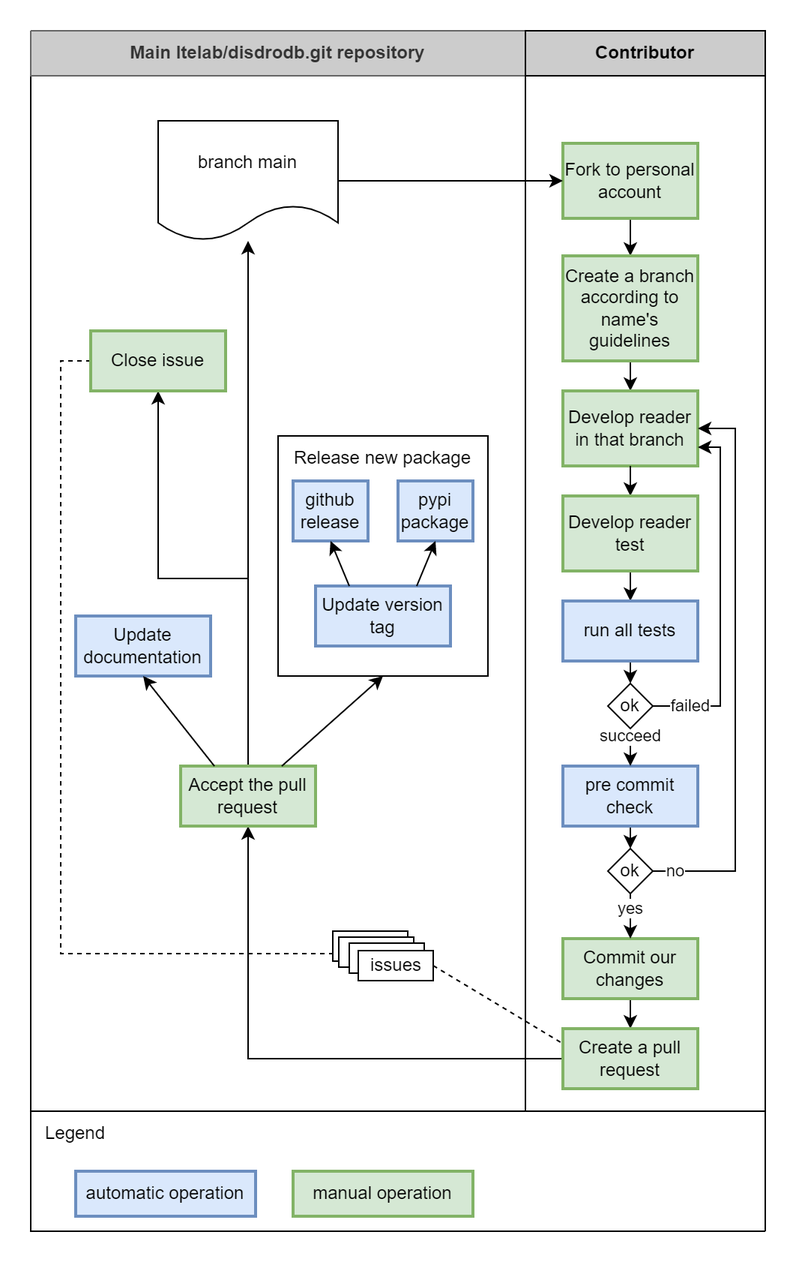
Above: docs/source/static/collaborative_process.png in ltelab/disdrodb (draw.io), before the change. Source tidied: cells renumbered, new cells last; positions are measured from the earlier drawing's top-left corner, leaving out a move shared by most shapes. Its diagram source:
```xml
<mxGraphModel>
  <root>
    <mxCell id="0" />
    <mxCell id="1" parent="0" />
    <mxCell id="2" style="rounded=0;whiteSpace=wrap;html=1;" parent="1" vertex="1">
      <mxGeometry x="20" y="740" width="490" height="80" as="geometry" />
    </mxCell>
    <mxCell id="3" style="rounded=0;whiteSpace=wrap;html=1;" parent="1" vertex="1">
      <mxGeometry x="350" y="50" width="160" height="690" as="geometry" />
    </mxCell>
    <mxCell id="4" style="rounded=0;whiteSpace=wrap;html=1;" parent="1" vertex="1">
      <mxGeometry x="20" y="50" width="330" height="690" as="geometry" />
    </mxCell>
    <mxCell id="5" style="rounded=0;whiteSpace=wrap;html=1;" parent="1" vertex="1">
      <mxGeometry x="185" y="290" width="140" height="160" as="geometry" />
    </mxCell>
    <mxCell id="6" style="edgeStyle=orthogonalEdgeStyle;rounded=0;jettySize=auto;html=1;exitX=0.5;exitY=1;exitDx=0;exitDy=0;entryX=0.5;entryY=0;entryDx=0;entryDy=0;" parent="1" edge="1" source="7" target="13">
      <mxGeometry relative="1" as="geometry" />
    </mxCell>
    <mxCell id="7" value="Fork to personal account" style="rounded=0;whiteSpace=wrap;html=1;absoluteArcSize=1;arcSize=14;strokeWidth=2;fillColor=#d5e8d4;strokeColor=#82b366;" parent="1" vertex="1">
      <mxGeometry x="375" y="95" width="90" height="50" as="geometry" />
    </mxCell>
    <mxCell id="8" value="branch main" style="shape=document;whiteSpace=wrap;html=1;boundedLbl=1;rounded=0;" parent="1" vertex="1">
      <mxGeometry x="105" y="80" width="120" height="80" as="geometry" />
    </mxCell>
    <mxCell id="9" value="&lt;b&gt;Main ltelab/disdrodb.git repository&lt;/b&gt;" style="rounded=0;whiteSpace=wrap;html=1;fillColor=#CCCCCC;fontColor=#333333;strokeColor=#666666;" parent="1" vertex="1">
      <mxGeometry x="20" y="20" width="330" height="30" as="geometry" />
    </mxCell>
    <mxCell id="10" value="&lt;b&gt;Contributor&lt;/b&gt;" style="rounded=0;whiteSpace=wrap;html=1;fillColor=#CCCCCC;" parent="1" vertex="1">
      <mxGeometry x="350" y="20" width="160" height="30" as="geometry" />
    </mxCell>
    <mxCell id="11" style="endArrow=classic;html=1;rounded=0;exitX=1;exitY=0.5;exitDx=0;exitDy=0;entryX=0;entryY=0.5;entryDx=0;entryDy=0;" parent="1" edge="1" source="8" target="7">
      <mxGeometry relative="1" as="geometry" />
    </mxCell>
    <mxCell id="12" style="edgeStyle=orthogonalEdgeStyle;rounded=0;jettySize=auto;html=1;exitX=0.5;exitY=1;exitDx=0;exitDy=0;" parent="1" edge="1" source="13" target="14">
      <mxGeometry relative="1" as="geometry" />
    </mxCell>
    <mxCell id="13" value="Create a branch according to name's guidelines" style="rounded=0;whiteSpace=wrap;html=1;absoluteArcSize=1;arcSize=14;strokeWidth=2;fillColor=#d5e8d4;strokeColor=#82b366;" parent="1" vertex="1">
      <mxGeometry x="375" y="170" width="90" height="70" as="geometry" />
    </mxCell>
    <mxCell id="14" value="Develop reader in that branch" style="rounded=0;whiteSpace=wrap;html=1;absoluteArcSize=1;arcSize=14;strokeWidth=2;fillColor=#d5e8d4;strokeColor=#82b366;" parent="1" vertex="1">
      <mxGeometry x="375" y="260" width="90" height="50" as="geometry" />
    </mxCell>
    <mxCell id="15" style="edgeStyle=orthogonalEdgeStyle;rounded=0;jettySize=auto;html=1;exitX=0.5;exitY=1;exitDx=0;exitDy=0;" parent="1" edge="1" source="16" target="18">
      <mxGeometry relative="1" as="geometry" />
    </mxCell>
    <mxCell id="16" value="Commit our changes" style="rounded=0;whiteSpace=wrap;html=1;absoluteArcSize=1;arcSize=14;strokeWidth=2;fillColor=#d5e8d4;strokeColor=#82b366;" parent="1" vertex="1">
      <mxGeometry x="375" y="625" width="90" height="40" as="geometry" />
    </mxCell>
    <mxCell id="17" style="edgeStyle=orthogonalEdgeStyle;rounded=0;jettySize=auto;html=1;exitX=0;exitY=0.5;exitDx=0;exitDy=0;" parent="1" edge="1" source="18" target="21">
      <mxGeometry relative="1" as="geometry" />
    </mxCell>
    <mxCell id="18" value="Create a pull request" style="rounded=0;whiteSpace=wrap;html=1;absoluteArcSize=1;arcSize=14;strokeWidth=2;fillColor=#d5e8d4;strokeColor=#82b366;" parent="1" vertex="1">
      <mxGeometry x="375" y="685" width="90" height="40" as="geometry" />
    </mxCell>
    <mxCell id="19" style="edgeStyle=orthogonalEdgeStyle;rounded=0;jettySize=auto;html=1;exitX=0.5;exitY=0;exitDx=0;exitDy=0;" parent="1" edge="1" source="21" target="8">
      <mxGeometry relative="1" as="geometry" />
    </mxCell>
    <mxCell id="20" style="edgeStyle=orthogonalEdgeStyle;rounded=0;jettySize=auto;html=1;exitX=0.5;exitY=0;exitDx=0;exitDy=0;" parent="1" edge="1" source="21" target="46">
      <mxGeometry relative="1" as="geometry" />
    </mxCell>
    <mxCell id="21" value="Accept the pull request" style="rounded=0;whiteSpace=wrap;html=1;absoluteArcSize=1;arcSize=14;strokeWidth=2;fillColor=#d5e8d4;strokeColor=#82b366;" parent="1" vertex="1">
      <mxGeometry x="120" y="510" width="90" height="40" as="geometry" />
    </mxCell>
    <mxCell id="22" value="github release" style="rounded=0;whiteSpace=wrap;html=1;absoluteArcSize=1;arcSize=14;strokeWidth=2;fillColor=#dae8fc;strokeColor=#6c8ebf;" parent="1" vertex="1">
      <mxGeometry x="195" y="320" width="50" height="40" as="geometry" />
    </mxCell>
    <mxCell id="23" value="Update documentation" style="rounded=0;whiteSpace=wrap;html=1;absoluteArcSize=1;arcSize=14;strokeWidth=2;fillColor=#dae8fc;strokeColor=#6c8ebf;" parent="1" vertex="1">
      <mxGeometry x="50" y="410" width="90" height="40" as="geometry" />
    </mxCell>
    <mxCell id="24" style="edgeStyle=orthogonalEdgeStyle;rounded=0;jettySize=auto;html=1;exitX=0.5;exitY=1;exitDx=0;exitDy=0;entryX=0.5;entryY=0;entryDx=0;entryDy=0;" parent="1" edge="1" source="25" target="28">
      <mxGeometry relative="1" as="geometry" />
    </mxCell>
    <mxCell id="25" value="pre commit check" style="rounded=0;whiteSpace=wrap;html=1;absoluteArcSize=1;arcSize=14;strokeWidth=2;fillColor=#dae8fc;strokeColor=#6c8ebf;" parent="1" vertex="1">
      <mxGeometry x="375" y="510" width="90" height="40" as="geometry" />
    </mxCell>
    <mxCell id="26" style="endArrow=classic;html=1;rounded=0;exitX=0.5;exitY=1;exitDx=0;exitDy=0;" parent="1" edge="1" source="14" target="50">
      <mxGeometry relative="1" as="geometry" />
    </mxCell>
    <mxCell id="27" value="no" style="edgeStyle=orthogonalEdgeStyle;rounded=0;jettySize=auto;html=1;exitX=1;exitY=0.5;exitDx=0;exitDy=0;entryX=1;entryY=0.5;entryDx=0;entryDy=0;" parent="1" edge="1" source="28" target="14">
      <mxGeometry x="-0.92" relative="1" as="geometry">
        <Array as="points">
          <mxPoint x="490" y="580" />
          <mxPoint x="490" y="285" />
        </Array>
      </mxGeometry>
    </mxCell>
    <mxCell id="28" value="ok" style="rhombus;whiteSpace=wrap;html=1;rounded=0;" parent="1" vertex="1">
      <mxGeometry x="405" y="565" width="30" height="30" as="geometry" />
    </mxCell>
    <mxCell id="29" value="yes" style="endArrow=classic;html=1;rounded=0;exitX=0.5;exitY=1;exitDx=0;exitDy=0;entryX=0.5;entryY=0;entryDx=0;entryDy=0;" parent="1" edge="1" source="28" target="16">
      <mxGeometry x="-0.33" relative="1" as="geometry" />
    </mxCell>
    <mxCell id="30" value="Update version tag" style="rounded=0;whiteSpace=wrap;html=1;absoluteArcSize=1;arcSize=14;strokeWidth=2;fillColor=#dae8fc;strokeColor=#6c8ebf;" parent="1" vertex="1">
      <mxGeometry x="210" y="390" width="90" height="40" as="geometry" />
    </mxCell>
    <mxCell id="31" value="Release new package" style="text;html=1;strokeColor=none;fillColor=none;align=center;verticalAlign=middle;whiteSpace=wrap;rounded=0;" parent="1" vertex="1">
      <mxGeometry x="180" y="290" width="150" height="30" as="geometry" />
    </mxCell>
    <mxCell id="32" value="pypi package" style="rounded=0;whiteSpace=wrap;html=1;absoluteArcSize=1;arcSize=14;strokeWidth=2;fillColor=#dae8fc;strokeColor=#6c8ebf;" parent="1" vertex="1">
      <mxGeometry x="265" y="320" width="50" height="40" as="geometry" />
    </mxCell>
    <mxCell id="33" style="endArrow=classic;html=1;rounded=0;entryX=0.5;entryY=1;entryDx=0;entryDy=0;exitX=0.25;exitY=0;exitDx=0;exitDy=0;" parent="1" edge="1" source="30" target="22">
      <mxGeometry relative="1" as="geometry" />
    </mxCell>
    <mxCell id="34" style="endArrow=classic;html=1;rounded=0;exitX=0.75;exitY=0;exitDx=0;exitDy=0;entryX=0.5;entryY=1;entryDx=0;entryDy=0;" parent="1" edge="1" source="30" target="32">
      <mxGeometry relative="1" as="geometry" />
    </mxCell>
    <mxCell id="35" style="endArrow=classic;html=1;rounded=0;entryX=0.5;entryY=1;entryDx=0;entryDy=0;exitX=0.75;exitY=0;exitDx=0;exitDy=0;" parent="1" edge="1" source="21" target="5">
      <mxGeometry relative="1" as="geometry" />
    </mxCell>
    <mxCell id="36" style="endArrow=classic;html=1;rounded=0;entryX=0.5;entryY=1;entryDx=0;entryDy=0;exitX=0.25;exitY=0;exitDx=0;exitDy=0;" parent="1" edge="1" source="21" target="23">
      <mxGeometry relative="1" as="geometry" />
    </mxCell>
    <mxCell id="37" value="Legend" style="text;html=1;strokeColor=none;fillColor=none;align=center;verticalAlign=middle;whiteSpace=wrap;rounded=0;" parent="1" vertex="1">
      <mxGeometry x="20" y="740" width="60" height="30" as="geometry" />
    </mxCell>
    <mxCell id="38" value="automatic operation" style="rounded=0;whiteSpace=wrap;html=1;absoluteArcSize=1;arcSize=14;strokeWidth=2;fillColor=#dae8fc;strokeColor=#6c8ebf;" parent="1" vertex="1">
      <mxGeometry x="50" y="780" width="120" height="30" as="geometry" />
    </mxCell>
    <mxCell id="39" value="manual operation" style="rounded=0;whiteSpace=wrap;html=1;absoluteArcSize=1;arcSize=14;strokeWidth=2;fillColor=#d5e8d4;strokeColor=#82b366;" parent="1" vertex="1">
      <mxGeometry x="195" y="780" width="120" height="30" as="geometry" />
    </mxCell>
    <mxCell id="40" value="issues" style="rounded=0;whiteSpace=wrap;html=1;" parent="1" vertex="1">
      <mxGeometry x="221.5" y="620" width="50" height="20" as="geometry" />
    </mxCell>
    <mxCell id="41" value="issues" style="rounded=0;whiteSpace=wrap;html=1;" parent="1" vertex="1">
      <mxGeometry x="225.5" y="624" width="50" height="20" as="geometry" />
    </mxCell>
    <mxCell id="42" value="issues" style="rounded=0;whiteSpace=wrap;html=1;" parent="1" vertex="1">
      <mxGeometry x="232.5" y="628" width="50" height="20" as="geometry" />
    </mxCell>
    <mxCell id="43" value="issues" style="rounded=0;whiteSpace=wrap;html=1;" parent="1" vertex="1">
      <mxGeometry x="238.5" y="633" width="50" height="20" as="geometry" />
    </mxCell>
    <mxCell id="44" style="endArrow=none;dashed=1;html=1;strokeWidth=1;rounded=0;exitX=1;exitY=0.5;exitDx=0;exitDy=0;entryX=0;entryY=0.25;entryDx=0;entryDy=0;" parent="1" edge="1" source="43" target="18">
      <mxGeometry relative="1" as="geometry" />
    </mxCell>
    <mxCell id="45" style="edgeStyle=orthogonalEdgeStyle;rounded=0;jettySize=auto;html=1;exitX=0;exitY=0.5;exitDx=0;exitDy=0;entryX=0;entryY=0.75;entryDx=0;entryDy=0;dashed=1;endArrow=none;endFill=0;" parent="1" edge="1" source="46" target="40">
      <mxGeometry relative="1" as="geometry" />
    </mxCell>
    <mxCell id="46" value="Close issue" style="rounded=0;whiteSpace=wrap;html=1;absoluteArcSize=1;arcSize=14;strokeWidth=2;fillColor=#d5e8d4;strokeColor=#82b366;" parent="1" vertex="1">
      <mxGeometry x="60" y="220" width="90" height="40" as="geometry" />
    </mxCell>
    <mxCell id="47" style="rounded=0;whiteSpace=wrap;html=1;fillColor=default;strokeColor=none;" parent="1" vertex="1">
      <mxGeometry width="20" height="20" as="geometry" />
    </mxCell>
    <mxCell id="48" style="rounded=0;whiteSpace=wrap;html=1;fillColor=default;strokeColor=none;" parent="1" vertex="1">
      <mxGeometry x="510" y="820" width="20" height="20" as="geometry" />
    </mxCell>
    <mxCell id="49" style="edgeStyle=orthogonalEdgeStyle;rounded=0;jettySize=auto;html=1;exitX=0.5;exitY=1;exitDx=0;exitDy=0;entryX=0.5;entryY=0;entryDx=0;entryDy=0;" parent="1" edge="1" source="50" target="52">
      <mxGeometry relative="1" as="geometry" />
    </mxCell>
    <mxCell id="50" value="Develop reader test" style="rounded=0;whiteSpace=wrap;html=1;absoluteArcSize=1;arcSize=14;strokeWidth=2;fillColor=#d5e8d4;strokeColor=#82b366;" parent="1" vertex="1">
      <mxGeometry x="375" y="330" width="90" height="50" as="geometry" />
    </mxCell>
    <mxCell id="51" style="edgeStyle=orthogonalEdgeStyle;rounded=0;jettySize=auto;html=1;exitX=0.5;exitY=1;exitDx=0;exitDy=0;entryX=0.5;entryY=0;entryDx=0;entryDy=0;" parent="1" edge="1" source="52" target="56">
      <mxGeometry relative="1" as="geometry" />
    </mxCell>
    <mxCell id="52" value="run all tests" style="rounded=0;whiteSpace=wrap;html=1;absoluteArcSize=1;arcSize=14;strokeWidth=2;fillColor=#dae8fc;strokeColor=#6c8ebf;" parent="1" vertex="1">
      <mxGeometry x="375" y="400" width="90" height="40" as="geometry" />
    </mxCell>
    <mxCell id="53" value="succeed" style="edgeStyle=orthogonalEdgeStyle;rounded=0;jettySize=auto;html=1;exitX=0.5;exitY=1;exitDx=0;exitDy=0;entryX=0.5;entryY=0;entryDx=0;entryDy=0;" parent="1" edge="1" source="56" target="25">
      <mxGeometry x="-0.6" relative="1" as="geometry" />
    </mxCell>
    <mxCell id="54" style="edgeStyle=orthogonalEdgeStyle;rounded=0;jettySize=auto;html=1;exitX=1;exitY=0.5;exitDx=0;exitDy=0;entryX=1;entryY=0.75;entryDx=0;entryDy=0;" parent="1" edge="1" source="56" target="14">
      <mxGeometry relative="1" as="geometry">
        <Array as="points">
          <mxPoint x="480" y="470" />
          <mxPoint x="480" y="298" />
        </Array>
      </mxGeometry>
    </mxCell>
    <mxCell id="55" value="failed" style="edgeLabel;html=1;align=center;verticalAlign=middle;" parent="54" vertex="1">
      <mxGeometry x="-0.83" relative="1" as="geometry">
        <mxPoint x="5" as="offset" />
      </mxGeometry>
    </mxCell>
    <mxCell id="56" value="ok" style="rhombus;whiteSpace=wrap;html=1;rounded=0;" parent="1" vertex="1">
      <mxGeometry x="405" y="455" width="30" height="30" as="geometry" />
    </mxCell>
  </root>
</mxGraphModel>
```
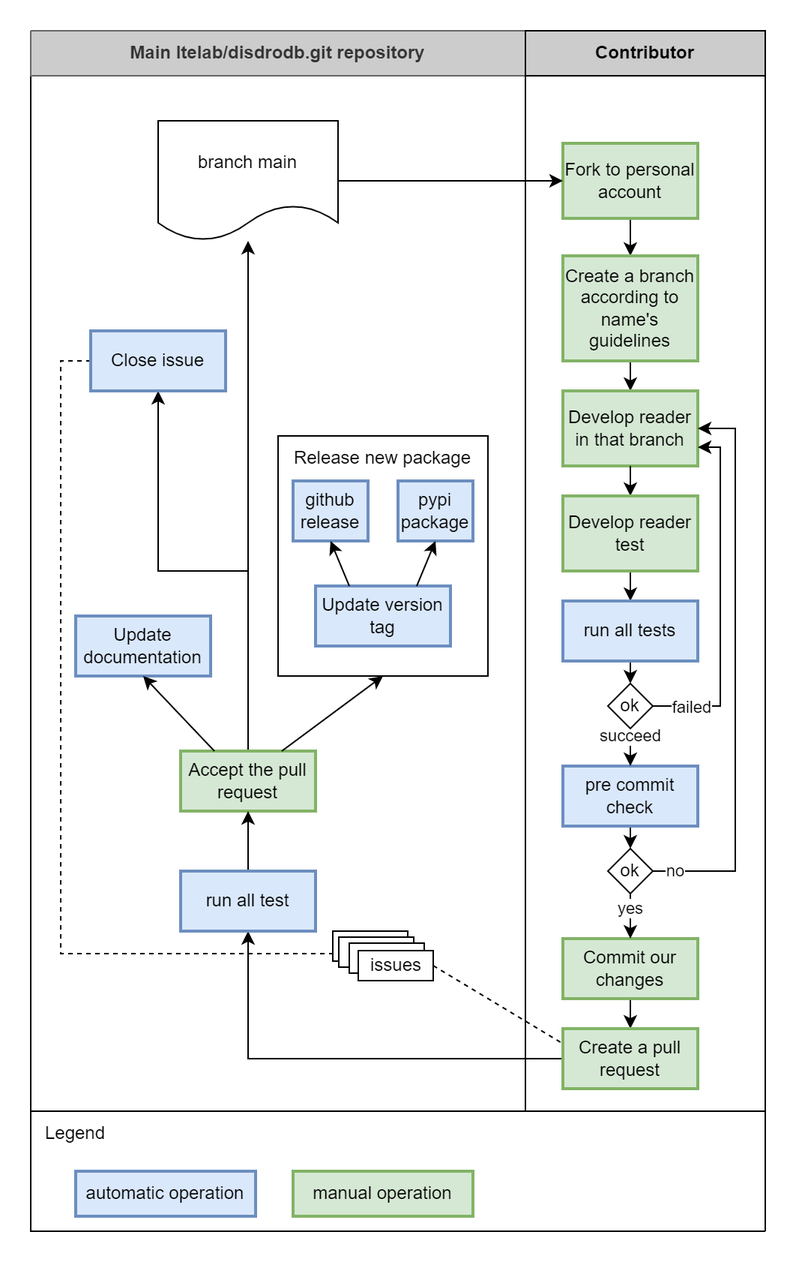
The same diagram one commit later.

Commit message:
feat: change collaborative process image

What changed in the source:
```diff
@@ -47,7 +47,7 @@
     <mxCell id="16" value="Commit our changes" style="rounded=0;whiteSpace=wrap;html=1;absoluteArcSize=1;arcSize=14;strokeWidth=2;fillColor=#d5e8d4;strokeColor=#82b366;" parent="1" vertex="1">
       <mxGeometry x="375" y="625" width="90" height="40" as="geometry" />
     </mxCell>
-    <mxCell id="17" style="edgeStyle=orthogonalEdgeStyle;rounded=0;jettySize=auto;html=1;exitX=0;exitY=0.5;exitDx=0;exitDy=0;" parent="1" edge="1" source="18" target="21">
+    <mxCell id="17" style="edgeStyle=orthogonalEdgeStyle;rounded=0;jettySize=auto;html=1;exitX=0;exitY=0.5;exitDx=0;exitDy=0;entryX=0.5;entryY=1;entryDx=0;entryDy=0;" parent="1" edge="1" source="18" target="58">
       <mxGeometry relative="1" as="geometry" />
     </mxCell>
     <mxCell id="18" value="Create a pull request" style="rounded=0;whiteSpace=wrap;html=1;absoluteArcSize=1;arcSize=14;strokeWidth=2;fillColor=#d5e8d4;strokeColor=#82b366;" parent="1" vertex="1">
@@ -60,7 +60,7 @@
       <mxGeometry relative="1" as="geometry" />
     </mxCell>
     <mxCell id="21" value="Accept the pull request" style="rounded=0;whiteSpace=wrap;html=1;absoluteArcSize=1;arcSize=14;strokeWidth=2;fillColor=#d5e8d4;strokeColor=#82b366;" parent="1" vertex="1">
-      <mxGeometry x="120" y="510" width="90" height="40" as="geometry" />
+      <mxGeometry x="120" y="500" width="90" height="40" as="geometry" />
     </mxCell>
     <mxCell id="22" value="github release" style="rounded=0;whiteSpace=wrap;html=1;absoluteArcSize=1;arcSize=14;strokeWidth=2;fillColor=#dae8fc;strokeColor=#6c8ebf;" parent="1" vertex="1">
       <mxGeometry x="195" y="320" width="50" height="40" as="geometry" />
@@ -139,7 +139,7 @@
     <mxCell id="45" style="edgeStyle=orthogonalEdgeStyle;rounded=0;jettySize=auto;html=1;exitX=0;exitY=0.5;exitDx=0;exitDy=0;entryX=0;entryY=0.75;entryDx=0;entryDy=0;dashed=1;endArrow=none;endFill=0;" parent="1" edge="1" source="46" target="40">
       <mxGeometry relative="1" as="geometry" />
     </mxCell>
-    <mxCell id="46" value="Close issue" style="rounded=0;whiteSpace=wrap;html=1;absoluteArcSize=1;arcSize=14;strokeWidth=2;fillColor=#d5e8d4;strokeColor=#82b366;" parent="1" vertex="1">
+    <mxCell id="46" value="Close issue" style="rounded=0;whiteSpace=wrap;html=1;absoluteArcSize=1;arcSize=14;strokeWidth=2;fillColor=#dae8fc;strokeColor=#6c8ebf;" parent="1" vertex="1">
       <mxGeometry x="60" y="220" width="90" height="40" as="geometry" />
     </mxCell>
     <mxCell id="47" style="rounded=0;whiteSpace=wrap;html=1;fillColor=default;strokeColor=none;" parent="1" vertex="1">
@@ -179,5 +179,11 @@
     <mxCell id="56" value="ok" style="rhombus;whiteSpace=wrap;html=1;rounded=0;" parent="1" vertex="1">
       <mxGeometry x="405" y="455" width="30" height="30" as="geometry" />
     </mxCell>
+    <mxCell id="57" style="edgeStyle=orthogonalEdgeStyle;rounded=0;jettySize=auto;html=1;exitX=0.5;exitY=0;exitDx=0;exitDy=0;entryX=0.5;entryY=1;entryDx=0;entryDy=0;endArrow=classic;endFill=1;strokeWidth=1;" parent="1" edge="1" source="58" target="21">
+      <mxGeometry relative="1" as="geometry" />
+    </mxCell>
+    <mxCell id="58" value="run all test" style="rounded=0;whiteSpace=wrap;html=1;absoluteArcSize=1;arcSize=14;strokeWidth=2;fillColor=#dae8fc;strokeColor=#6c8ebf;" parent="1" vertex="1">
+      <mxGeometry x="120" y="580" width="90" height="40" as="geometry" />
+    </mxCell>
   </root>
 </mxGraphModel>
```
